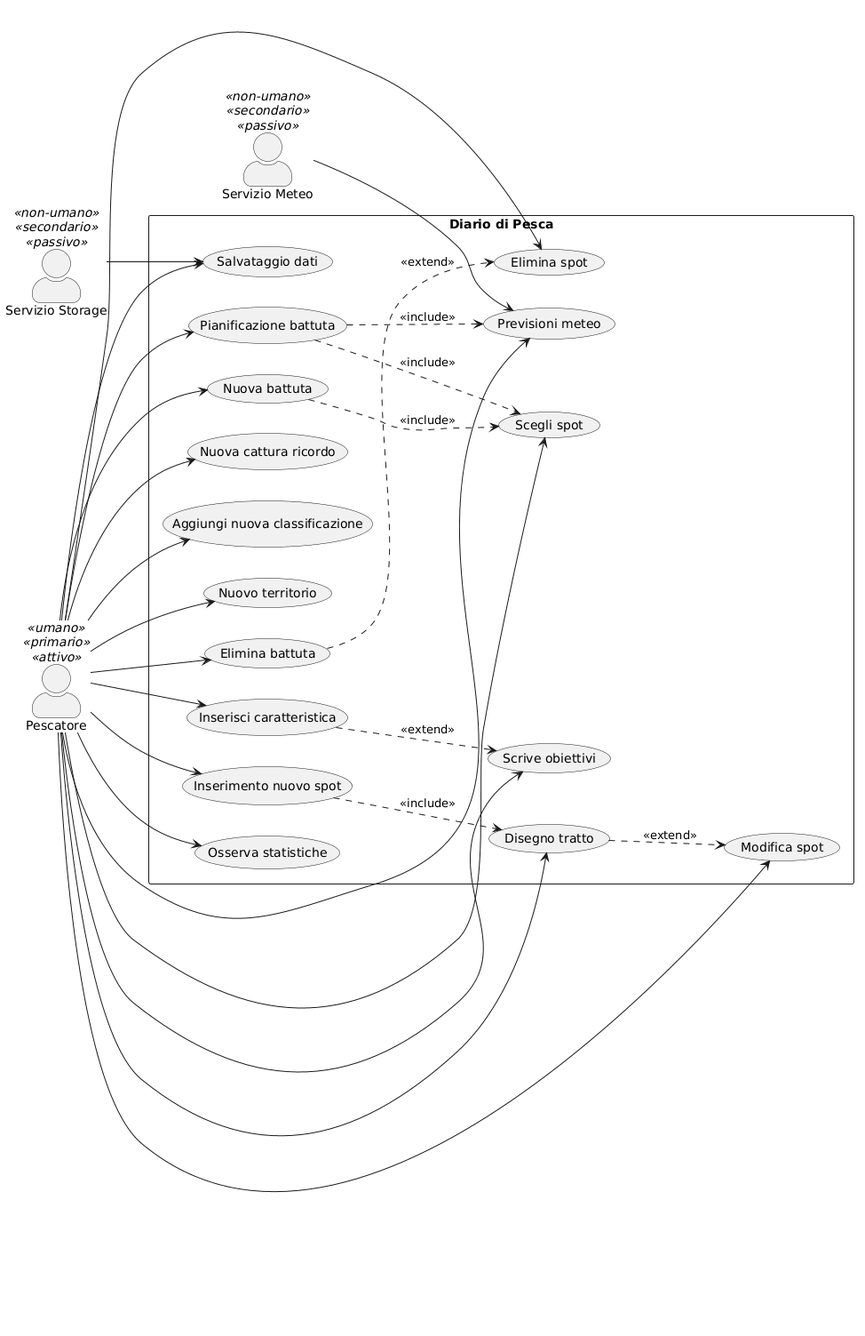
This is docs/casiD_UsoPrincipali.png from LocaCele04/LC_Tesi, a PlantUML export, as it was before one commit.
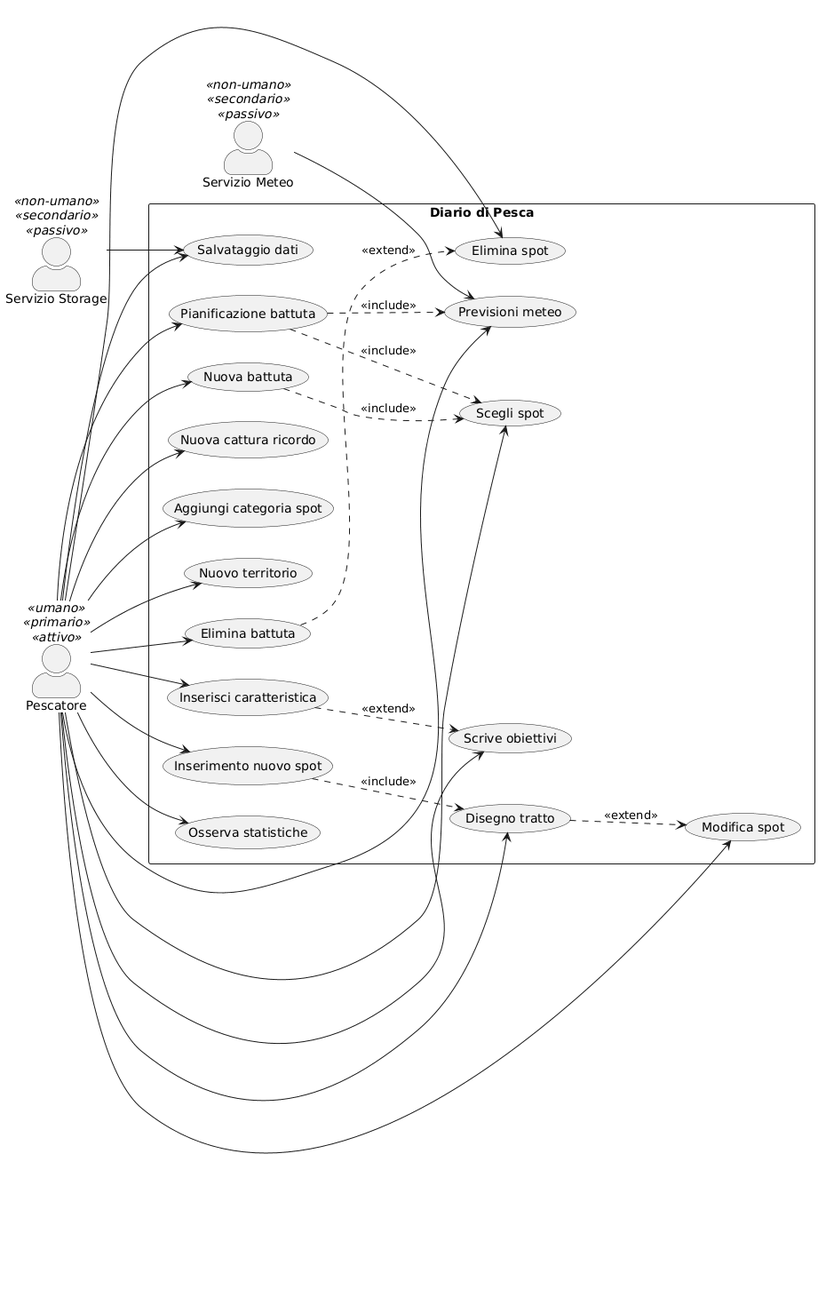
The same file after the commit.

Commit message:
scrittura diagramma classi

What changed in the source:
```diff
@@ -22,7 +22,7 @@
 	usecase "Nuova battuta" as UC_NuovaBattuta
 	usecase "Pianificazione battuta" as UC_Pianificazione
 	usecase "Nuova cattura ricordo" as UC_CatturaMemorabile
-	usecase "Aggiungi nuova classificazione" as UC_NuovaClassificazione
+	usecase "Aggiungi categoria spot" as UC_NuovaClassificazione
 	usecase "Nuovo territorio" as UC_NuovaValle
 
 
```
